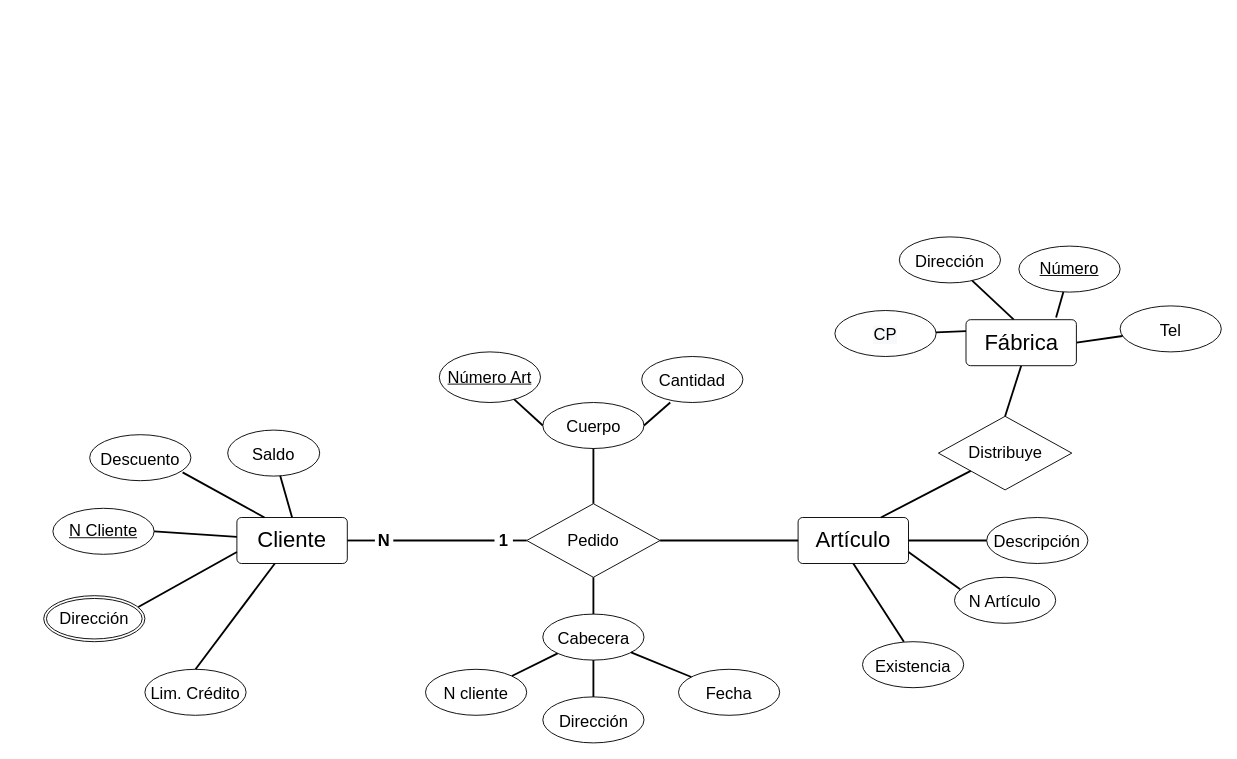
Earlier version of the draw.io diagram Ejercicio 5.drawio (LeandroCantero/BaseDeDatos-Unahur). Source tidied: cells renumbered, new cells numbered last; positions are measured from the earlier drawing's top-left corner, leaving out a move shared by most shapes. Both pictures are drawn from the tidied source at 92%, with x=0, y=0 at pixel (43, 236).
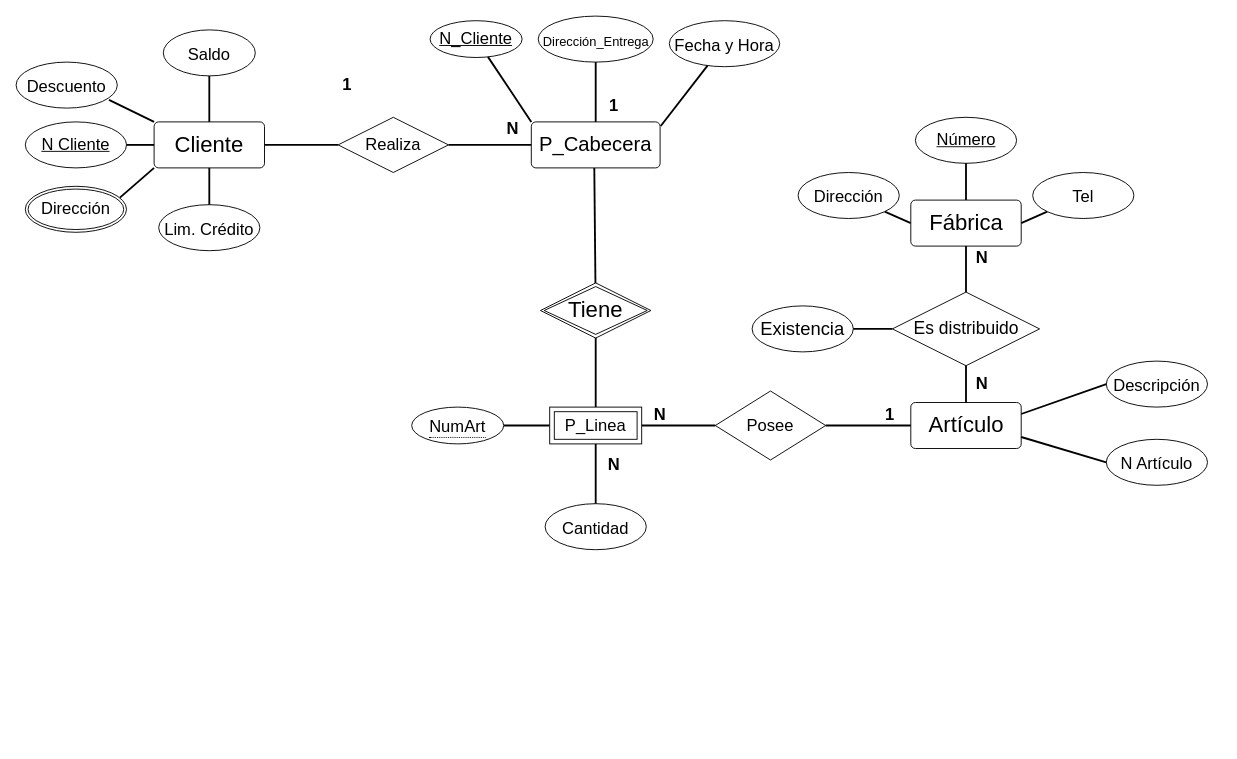
After the change.

Change to the diagram source:
```diff
@@
     <mxCell id="2" value="&lt;font style=&quot;font-size: 24px;&quot;&gt;Cliente&lt;/font&gt;" style="rounded=1;arcSize=10;whiteSpace=wrap;html=1;align=center;fontSize=18;" parent="1" vertex="1">
-      <mxGeometry x="210" y="305" width="120" height="50" as="geometry" />
+      <mxGeometry x="120" y="-125" width="120" height="50" as="geometry" />
     </mxCell>
     <mxCell id="3" value="&lt;font style=&quot;font-size: 24px;&quot;&gt;Artículo&lt;/font&gt;" style="rounded=1;arcSize=10;whiteSpace=wrap;html=1;align=center;fontSize=18;" parent="1" vertex="1">
-      <mxGeometry x="820" y="305" width="120" height="50" as="geometry" />
+      <mxGeometry x="942.5" y="180" width="120" height="50" as="geometry" />
     </mxCell>
     <mxCell id="4" value="&lt;span style=&quot;font-size: 18px;&quot;&gt;Saldo&lt;/span&gt;" style="ellipse;whiteSpace=wrap;html=1;align=center;fontSize=24;" parent="1" vertex="1">
-      <mxGeometry x="200" y="210" width="100" height="50" as="geometry" />
+      <mxGeometry x="130" y="-225" width="100" height="50" as="geometry" />
     </mxCell>
     <mxCell id="5" value="&lt;span style=&quot;font-size: 18px;&quot;&gt;Lim. Crédito&lt;/span&gt;" style="ellipse;whiteSpace=wrap;html=1;align=center;fontSize=24;" parent="1" vertex="1">
-      <mxGeometry x="110" y="470" width="110" height="50" as="geometry" />
+      <mxGeometry x="125" y="-35" width="110" height="50" as="geometry" />
     </mxCell>
     <mxCell id="6" value="&lt;span style=&quot;font-size: 18px;&quot;&gt;Descuento&lt;/span&gt;" style="ellipse;whiteSpace=wrap;html=1;align=center;fontSize=24;" parent="1" vertex="1">
-      <mxGeometry x="50" y="215" width="110" height="50" as="geometry" />
+      <mxGeometry x="-30" y="-190" width="110" height="50" as="geometry" />
     </mxCell>
-    <mxCell id="7" value="&lt;span style=&quot;font-size: 18px;&quot;&gt;Cuerpo&lt;/span&gt;" style="ellipse;whiteSpace=wrap;html=1;align=center;fontSize=24;" parent="1" vertex="1">
-      <mxGeometry x="542.5" y="180" width="110" height="50" as="geometry" />
-    </mxCell>
-    <mxCell id="8" value="&lt;span style=&quot;font-size: 18px;&quot;&gt;Cabecera&lt;/span&gt;" style="ellipse;whiteSpace=wrap;html=1;align=center;fontSize=24;" parent="1" vertex="1">
-      <mxGeometry x="542.5" y="410" width="110" height="50" as="geometry" />
-    </mxCell>
     <mxCell id="9" value="&lt;span style=&quot;font-size: 18px;&quot;&gt;Cantidad&lt;/span&gt;" style="ellipse;whiteSpace=wrap;html=1;align=center;fontSize=24;" parent="1" vertex="1">
-      <mxGeometry x="650" y="130" width="110" height="50" as="geometry" />
+      <mxGeometry x="545" y="290" width="110" height="50" as="geometry" />
     </mxCell>
-    <mxCell id="10" value="&lt;span style=&quot;font-size: 18px;&quot;&gt;N cliente&lt;/span&gt;" style="ellipse;whiteSpace=wrap;html=1;align=center;fontSize=24;" parent="1" vertex="1">
-      <mxGeometry x="415" y="470" width="110" height="50" as="geometry" />
-    </mxCell>
-    <mxCell id="11" value="&lt;span style=&quot;font-size: 18px;&quot;&gt;Dirección&lt;/span&gt;" style="ellipse;whiteSpace=wrap;html=1;align=center;fontSize=24;" parent="1" vertex="1">
-      <mxGeometry x="542.5" y="500" width="110" height="50" as="geometry" />
+    <mxCell id="11" value="&lt;font style=&quot;font-size: 14px;&quot;&gt;Dirección_Entrega&lt;/font&gt;" style="ellipse;whiteSpace=wrap;html=1;align=center;fontSize=24;" parent="1" vertex="1">
+      <mxGeometry x="537.5" y="-240" width="125" height="50" as="geometry" />
     </mxCell>
-    <mxCell id="12" value="&lt;span style=&quot;font-size: 18px;&quot;&gt;Fecha&lt;/span&gt;" style="ellipse;whiteSpace=wrap;html=1;align=center;fontSize=24;" parent="1" vertex="1">
-      <mxGeometry x="690" y="470" width="110" height="50" as="geometry" />
+    <mxCell id="12" value="&lt;span style=&quot;font-size: 18px;&quot;&gt;Fecha y Hora&lt;/span&gt;" style="ellipse;whiteSpace=wrap;html=1;align=center;fontSize=24;" parent="1" vertex="1">
+      <mxGeometry x="680" y="-235" width="120" height="50" as="geometry" />
     </mxCell>
     <mxCell id="13" value="&lt;span style=&quot;font-size: 18px;&quot;&gt;Descripción&lt;/span&gt;" style="ellipse;whiteSpace=wrap;html=1;align=center;fontSize=24;" parent="1" vertex="1">
-      <mxGeometry x="1025" y="305" width="110" height="50" as="geometry" />
+      <mxGeometry x="1155" y="135" width="110" height="50" as="geometry" />
     </mxCell>
     <mxCell id="14" value="&lt;span style=&quot;font-size: 18px;&quot;&gt;N Artículo&lt;/span&gt;" style="ellipse;whiteSpace=wrap;html=1;align=center;fontSize=24;" parent="1" vertex="1">
-      <mxGeometry x="990" y="370" width="110" height="50" as="geometry" />
+      <mxGeometry x="1155" y="220" width="110" height="50" as="geometry" />
     </mxCell>
     <mxCell id="15" value="&lt;span style=&quot;font-size: 18px;&quot;&gt;Dirección&lt;/span&gt;" style="ellipse;whiteSpace=wrap;html=1;align=center;fontSize=24;" parent="1" vertex="1">
-      <mxGeometry x="930" width="110" height="50" as="geometry" />
+      <mxGeometry x="820" y="-70" width="110" height="50" as="geometry" />
     </mxCell>
     <mxCell id="16" value="&lt;span style=&quot;font-size: 18px;&quot;&gt;Tel&lt;/span&gt;" style="ellipse;whiteSpace=wrap;html=1;align=center;fontSize=24;" parent="1" vertex="1">
-      <mxGeometry x="1170" y="75" width="110" height="50" as="geometry" />
+      <mxGeometry x="1075" y="-70" width="110" height="50" as="geometry" />
     </mxCell>
-    <mxCell id="17" value="&lt;span style=&quot;color: rgb(0, 0, 0); font-family: Helvetica; font-size: 18px; font-style: normal; font-variant-ligatures: normal; font-variant-caps: normal; font-weight: 400; letter-spacing: normal; orphans: 2; text-align: center; text-indent: 0px; text-transform: none; widows: 2; word-spacing: 0px; -webkit-text-stroke-width: 0px; background-color: rgb(248, 249, 250); text-decoration-thickness: initial; text-decoration-style: initial; text-decoration-color: initial; float: none; display: inline !important;&quot;&gt;CP&lt;/span&gt;" style="ellipse;whiteSpace=wrap;html=1;align=center;fontSize=24;" parent="1" vertex="1">
-      <mxGeometry x="860" y="80" width="110" height="50" as="geometry" />
-    </mxCell>
-    <mxCell id="18" value="&lt;span style=&quot;font-size: 18px;&quot;&gt;Existencia&lt;/span&gt;" style="ellipse;whiteSpace=wrap;html=1;align=center;fontSize=24;" parent="1" vertex="1">
-      <mxGeometry x="890" y="440" width="110" height="50" as="geometry" />
-    </mxCell>
-    <mxCell id="19" value="Número Art" style="ellipse;whiteSpace=wrap;html=1;align=center;fontStyle=4;fontSize=18;" parent="1" vertex="1">
-      <mxGeometry x="430" y="125" width="110" height="55" as="geometry" />
-    </mxCell>
     <mxCell id="20" value="N Cliente" style="ellipse;whiteSpace=wrap;html=1;align=center;fontStyle=4;fontSize=18;" parent="1" vertex="1">
-      <mxGeometry x="10" y="295" width="110" height="50" as="geometry" />
+      <mxGeometry x="-20" y="-125" width="110" height="50" as="geometry" />
     </mxCell>
     <mxCell id="21" value="Número" style="ellipse;whiteSpace=wrap;html=1;align=center;fontStyle=4;fontSize=18;" parent="1" vertex="1">
-      <mxGeometry x="1060" y="10" width="110" height="50" as="geometry" />
+      <mxGeometry x="947.5" y="-130" width="110" height="50" as="geometry" />
     </mxCell>
@@
-    <mxCell id="23" style="endArrow=none;html=1;rounded=0;fontSize=18;strokeWidth=2;exitX=0.935;exitY=0.245;exitDx=0;exitDy=0;entryX=0;entryY=0.75;entryDx=0;entryDy=0;exitPerimeter=0;" parent="1" edge="1" source="41" target="2">
+    <mxCell id="23" style="endArrow=none;html=1;rounded=0;fontSize=18;strokeWidth=2;exitX=0.935;exitY=0.245;exitDx=0;exitDy=0;entryX=0;entryY=1;entryDx=0;entryDy=0;exitPerimeter=0;" parent="1" edge="1" source="41" target="2">
       <mxGeometry relative="1" as="geometry" />
     </mxCell>
@@
-    <mxCell id="25" style="endArrow=none;html=1;rounded=0;fontSize=18;exitX=0.918;exitY=0.82;exitDx=0;exitDy=0;strokeWidth=2;exitPerimeter=0;entryX=0.25;entryY=0;entryDx=0;entryDy=0;" parent="1" edge="1" source="6" target="2">
+    <mxCell id="25" style="endArrow=none;html=1;rounded=0;fontSize=18;exitX=0.918;exitY=0.82;exitDx=0;exitDy=0;strokeWidth=2;exitPerimeter=0;entryX=0;entryY=0;entryDx=0;entryDy=0;" parent="1" edge="1" source="6" target="2">
       <mxGeometry relative="1" as="geometry" />
     </mxCell>
@@
-    <mxCell id="27" style="endArrow=none;html=1;rounded=0;fontSize=18;strokeWidth=2;exitX=0.5;exitY=1;exitDx=0;exitDy=0;" parent="1" edge="1" source="46" target="8">
-      <mxGeometry relative="1" as="geometry" />
+    <mxCell id="27" style="endArrow=none;html=1;rounded=0;fontSize=18;strokeWidth=2;" parent="1" edge="1" source="54">
+      <mxGeometry relative="1" as="geometry">
+        <mxPoint x="598" y="-125" as="targetPoint" />
+      </mxGeometry>
     </mxCell>
-    <mxCell id="28" style="endArrow=none;html=1;rounded=0;fontSize=18;strokeWidth=2;entryX=0;entryY=1;entryDx=0;entryDy=0;exitX=1;exitY=0;exitDx=0;exitDy=0;" parent="1" edge="1" source="10" target="8">
+    <mxCell id="28" style="endArrow=none;html=1;rounded=0;fontSize=18;strokeWidth=2;entryX=0;entryY=0;entryDx=0;entryDy=0;" parent="1" edge="1" source="59" target="53">
       <mxGeometry relative="1" as="geometry" />
     </mxCell>
-    <mxCell id="29" style="endArrow=none;html=1;rounded=0;fontSize=18;strokeWidth=2;" parent="1" edge="1" source="11" target="8">
+    <mxCell id="29" style="endArrow=none;html=1;rounded=0;fontSize=18;strokeWidth=2;entryX=0.5;entryY=0;entryDx=0;entryDy=0;" parent="1" edge="1" source="11" target="53">
       <mxGeometry relative="1" as="geometry" />
     </mxCell>
-    <mxCell id="30" style="endArrow=none;html=1;rounded=0;fontSize=18;strokeWidth=2;" parent="1" edge="1" source="12" target="8">
+    <mxCell id="30" style="endArrow=none;html=1;rounded=0;fontSize=18;strokeWidth=2;entryX=1.005;entryY=0.09;entryDx=0;entryDy=0;entryPerimeter=0;" parent="1" edge="1" source="12" target="53">
       <mxGeometry relative="1" as="geometry" />
     </mxCell>
-    <mxCell id="31" style="endArrow=none;html=1;rounded=0;fontSize=18;strokeWidth=2;entryX=0.5;entryY=1;entryDx=0;entryDy=0;exitX=0.5;exitY=0;exitDx=0;exitDy=0;" parent="1" edge="1" source="46" target="7">
+    <mxCell id="31" style="endArrow=none;html=1;rounded=0;fontSize=18;strokeWidth=2;exitX=0.5;exitY=0;exitDx=0;exitDy=0;entryX=0.5;entryY=0;entryDx=0;entryDy=0;" parent="1" edge="1" source="54" target="56">
       <mxGeometry relative="1" as="geometry" />
     </mxCell>
-    <mxCell id="32" style="endArrow=none;html=1;rounded=0;fontSize=18;strokeWidth=2;entryX=0;entryY=0.5;entryDx=0;entryDy=0;" parent="1" edge="1" source="19" target="7">
+    <mxCell id="32" style="endArrow=none;html=1;rounded=0;fontSize=18;strokeWidth=2;entryX=0;entryY=0.5;entryDx=0;entryDy=0;" parent="1" edge="1" source="55" target="56">
       <mxGeometry relative="1" as="geometry" />
     </mxCell>
-    <mxCell id="33" style="endArrow=none;html=1;rounded=0;fontSize=18;strokeWidth=2;entryX=0.282;entryY=1;entryDx=0;entryDy=0;entryPerimeter=0;exitX=1;exitY=0.5;exitDx=0;exitDy=0;" parent="1" edge="1" source="7" target="9">
+    <mxCell id="33" style="endArrow=none;html=1;rounded=0;fontSize=18;strokeWidth=2;exitX=0.5;exitY=1;exitDx=0;exitDy=0;" parent="1" edge="1" source="56" target="9">
       <mxGeometry relative="1" as="geometry" />
     </mxCell>
-    <mxCell id="34" style="endArrow=none;html=1;rounded=0;fontSize=18;strokeWidth=2;entryX=0;entryY=0.25;entryDx=0;entryDy=0;" parent="1" edge="1" source="17" target="45">
-      <mxGeometry relative="1" as="geometry" />
-    </mxCell>
-    <mxCell id="35" style="endArrow=none;html=1;rounded=0;fontSize=18;strokeWidth=2;exitX=0.433;exitY=-0.002;exitDx=0;exitDy=0;exitPerimeter=0;" parent="1" edge="1" source="45" target="15">
+    <mxCell id="35" style="endArrow=none;html=1;rounded=0;fontSize=18;strokeWidth=2;exitX=0;exitY=0.5;exitDx=0;exitDy=0;" parent="1" edge="1" source="45" target="15">
       <mxGeometry relative="1" as="geometry" />
     </mxCell>
-    <mxCell id="36" style="endArrow=none;html=1;rounded=0;fontSize=18;strokeWidth=2;exitX=0.816;exitY=-0.049;exitDx=0;exitDy=0;exitPerimeter=0;" parent="1" edge="1" source="45" target="21">
+    <mxCell id="36" style="endArrow=none;html=1;rounded=0;fontSize=18;strokeWidth=2;exitX=0.5;exitY=0;exitDx=0;exitDy=0;" parent="1" edge="1" source="45" target="21">
       <mxGeometry relative="1" as="geometry" />
     </mxCell>
@@
-    <mxCell id="38" style="endArrow=none;html=1;rounded=0;fontSize=18;strokeWidth=2;exitX=0.5;exitY=1;exitDx=0;exitDy=0;entryX=0.409;entryY=0;entryDx=0;entryDy=0;entryPerimeter=0;" parent="1" edge="1" source="3" target="18">
-      <mxGeometry relative="1" as="geometry" />
-    </mxCell>
-    <mxCell id="39" style="endArrow=none;html=1;rounded=0;fontSize=18;strokeWidth=2;entryX=0.055;entryY=0.26;entryDx=0;entryDy=0;entryPerimeter=0;exitX=1;exitY=0.75;exitDx=0;exitDy=0;" parent="1" edge="1" source="3" target="14">
+    <mxCell id="39" style="endArrow=none;html=1;rounded=0;fontSize=18;strokeWidth=2;entryX=0;entryY=0.5;entryDx=0;entryDy=0;exitX=1;exitY=0.75;exitDx=0;exitDy=0;" parent="1" edge="1" source="3" target="14">
       <mxGeometry relative="1" as="geometry" />
     </mxCell>
-    <mxCell id="40" style="endArrow=none;html=1;rounded=0;fontSize=18;strokeWidth=2;entryX=0;entryY=0.5;entryDx=0;entryDy=0;" parent="1" edge="1" source="3" target="13">
+    <mxCell id="40" style="endArrow=none;html=1;rounded=0;fontSize=18;strokeWidth=2;entryX=0;entryY=0.5;entryDx=0;entryDy=0;exitX=1;exitY=0.25;exitDx=0;exitDy=0;" parent="1" edge="1" source="3" target="13">
       <mxGeometry relative="1" as="geometry" />
     </mxCell>
     <mxCell id="41" value="Dirección" style="ellipse;shape=doubleEllipse;margin=3;whiteSpace=wrap;html=1;align=center;fontSize=18;" parent="1" vertex="1">
-      <mxGeometry y="390" width="110" height="50" as="geometry" />
+      <mxGeometry x="-20" y="-55" width="110" height="50" as="geometry" />
     </mxCell>
-    <mxCell id="42" value="Distribuye" style="shape=rhombus;perimeter=rhombusPerimeter;whiteSpace=wrap;html=1;align=center;fontSize=18;" parent="1" vertex="1">
-      <mxGeometry x="972.5" y="195" width="145" height="80" as="geometry" />
+    <mxCell id="42" value="&lt;font style=&quot;font-size: 19px;&quot;&gt;Es distribuido&lt;/font&gt;" style="shape=rhombus;perimeter=rhombusPerimeter;whiteSpace=wrap;html=1;align=center;fontSize=18;" parent="1" vertex="1">
+      <mxGeometry x="922.5" y="60" width="160" height="80" as="geometry" />
     </mxCell>
@@
-    <mxCell id="44" style="endArrow=none;html=1;rounded=0;fontSize=18;strokeWidth=2;exitX=0.75;exitY=0;exitDx=0;exitDy=0;" parent="1" edge="1" source="3" target="42">
+    <mxCell id="44" style="endArrow=none;html=1;rounded=0;fontSize=18;strokeWidth=2;exitX=0.5;exitY=0;exitDx=0;exitDy=0;entryX=0.5;entryY=1;entryDx=0;entryDy=0;" parent="1" edge="1" source="3" target="42">
       <mxGeometry relative="1" as="geometry" />
     </mxCell>
     <mxCell id="45" value="&lt;font style=&quot;font-size: 24px;&quot;&gt;Fábrica&lt;/font&gt;" style="rounded=1;arcSize=10;whiteSpace=wrap;html=1;align=center;fontSize=18;" parent="1" vertex="1">
-      <mxGeometry x="1002.5" y="90" width="120" height="50" as="geometry" />
+      <mxGeometry x="942.5" y="-40" width="120" height="50" as="geometry" />
     </mxCell>
-    <mxCell id="46" value="Pedido" style="shape=rhombus;perimeter=rhombusPerimeter;whiteSpace=wrap;html=1;align=center;fontSize=18;" parent="1" vertex="1">
-      <mxGeometry x="525" y="290" width="145" height="80" as="geometry" />
-    </mxCell>
-    <mxCell id="47" style="endArrow=none;html=1;rounded=0;fontSize=18;strokeWidth=2;exitX=1;exitY=0.5;exitDx=0;exitDy=0;entryX=0;entryY=0.5;entryDx=0;entryDy=0;startArrow=none;" parent="1" edge="1" source="51" target="46">
-      <mxGeometry relative="1" as="geometry" />
-    </mxCell>
-    <mxCell id="48" style="endArrow=none;html=1;rounded=0;fontSize=18;strokeWidth=2;exitX=1;exitY=0.5;exitDx=0;exitDy=0;entryX=0;entryY=0.5;entryDx=0;entryDy=0;" parent="1" edge="1" source="46" target="3">
-      <mxGeometry relative="1" as="geometry" />
-    </mxCell>
     <mxCell id="49" value="&lt;b&gt;N&lt;/b&gt;" style="text;html=1;strokeColor=none;fillColor=none;align=center;verticalAlign=middle;whiteSpace=wrap;rounded=0;fontSize=18;" parent="1" vertex="1">
-      <mxGeometry x="360" y="317.5" width="20" height="25" as="geometry" />
+      <mxGeometry x="500" y="-130" width="20" height="25" as="geometry" />
     </mxCell>
-    <mxCell id="50" style="endArrow=none;html=1;rounded=0;fontSize=18;strokeWidth=2;exitX=1;exitY=0.5;exitDx=0;exitDy=0;entryX=0;entryY=0.5;entryDx=0;entryDy=0;" parent="1" edge="1" source="2" target="49">
+    <mxCell id="50" style="endArrow=none;html=1;rounded=0;fontSize=18;strokeWidth=2;exitX=1;exitY=0.5;exitDx=0;exitDy=0;entryX=0;entryY=0.5;entryDx=0;entryDy=0;" parent="1" edge="1" source="2" target="57">
       <mxGeometry relative="1" as="geometry" />
     </mxCell>
     <mxCell id="51" value="&lt;b&gt;1&lt;/b&gt;" style="text;html=1;strokeColor=none;fillColor=none;align=center;verticalAlign=middle;whiteSpace=wrap;rounded=0;fontSize=18;" parent="1" vertex="1">
-      <mxGeometry x="490" y="317.5" width="20" height="25" as="geometry" />
+      <mxGeometry x="320" y="-177.5" width="20" height="25" as="geometry" />
     </mxCell>
-    <mxCell id="52" style="endArrow=none;html=1;rounded=0;fontSize=18;strokeWidth=2;exitX=1;exitY=0.5;exitDx=0;exitDy=0;entryX=0;entryY=0.5;entryDx=0;entryDy=0;startArrow=none;" parent="1" edge="1" source="49" target="51">
-      <mxGeometry relative="1" as="geometry" />
-    </mxCell>
+    <mxCell id="53" value="&lt;font style=&quot;font-size: 22px;&quot;&gt;P_Cabecera&lt;/font&gt;" style="rounded=1;arcSize=10;whiteSpace=wrap;html=1;align=center;fontSize=18;" parent="1" vertex="1">
+      <mxGeometry x="530" y="-125" width="140" height="50" as="geometry" />
+    </mxCell>
+    <mxCell id="54" value="&lt;font style=&quot;font-size: 24px;&quot;&gt;Tiene&lt;/font&gt;" style="shape=rhombus;double=1;perimeter=rhombusPerimeter;whiteSpace=wrap;html=1;align=center;" parent="1" vertex="1">
+      <mxGeometry x="540" y="50" width="120" height="60" as="geometry" />
+    </mxCell>
+    <mxCell id="55" value="&lt;span style=&quot;border-bottom: 1px dotted&quot;&gt;&lt;font style=&quot;font-size: 18px;&quot;&gt;NumArt&lt;/font&gt;&lt;/span&gt;" style="ellipse;whiteSpace=wrap;html=1;align=center;fontSize=24;" parent="1" vertex="1">
+      <mxGeometry x="400" y="185" width="100" height="40" as="geometry" />
+    </mxCell>
+    <mxCell id="56" value="P_Linea" style="shape=ext;margin=3;double=1;whiteSpace=wrap;html=1;align=center;fontSize=18;" parent="1" vertex="1">
+      <mxGeometry x="550" y="185" width="100" height="40" as="geometry" />
+    </mxCell>
+    <mxCell id="57" value="Realiza" style="shape=rhombus;perimeter=rhombusPerimeter;whiteSpace=wrap;html=1;align=center;fontSize=18;" parent="1" vertex="1">
+      <mxGeometry x="320" y="-130" width="120" height="60" as="geometry" />
+    </mxCell>
+    <mxCell id="58" style="endArrow=none;html=1;rounded=0;fontSize=18;strokeWidth=2;exitX=1;exitY=0.5;exitDx=0;exitDy=0;entryX=0;entryY=0.5;entryDx=0;entryDy=0;" parent="1" edge="1" source="57" target="53">
+      <mxGeometry relative="1" as="geometry" />
+    </mxCell>
+    <mxCell id="59" value="N_Cliente" style="ellipse;whiteSpace=wrap;html=1;align=center;fontStyle=4;fontSize=18;" parent="1" vertex="1">
+      <mxGeometry x="420" y="-235" width="100" height="40" as="geometry" />
+    </mxCell>
+    <mxCell id="60" value="&lt;b&gt;1&lt;/b&gt;" style="text;html=1;strokeColor=none;fillColor=none;align=center;verticalAlign=middle;whiteSpace=wrap;rounded=0;fontSize=18;" parent="1" vertex="1">
+      <mxGeometry x="610" y="-155" width="20" height="25" as="geometry" />
+    </mxCell>
+    <mxCell id="61" value="&lt;b&gt;N&lt;/b&gt;" style="text;html=1;strokeColor=none;fillColor=none;align=center;verticalAlign=middle;whiteSpace=wrap;rounded=0;fontSize=18;" parent="1" vertex="1">
+      <mxGeometry x="610" y="235" width="20" height="25" as="geometry" />
+    </mxCell>
+    <mxCell id="62" value="Posee" style="shape=rhombus;perimeter=rhombusPerimeter;whiteSpace=wrap;html=1;align=center;fontSize=18;" parent="1" vertex="1">
+      <mxGeometry x="730" y="167.5" width="120" height="75" as="geometry" />
+    </mxCell>
+    <mxCell id="63" style="endArrow=none;html=1;rounded=0;fontSize=18;strokeWidth=2;exitX=0;exitY=0.5;exitDx=0;exitDy=0;entryX=1;entryY=0.5;entryDx=0;entryDy=0;" parent="1" edge="1" source="62" target="56">
+      <mxGeometry relative="1" as="geometry" />
+    </mxCell>
+    <mxCell id="64" style="endArrow=none;html=1;rounded=0;fontSize=18;strokeWidth=2;entryX=1;entryY=0.5;entryDx=0;entryDy=0;exitX=0;exitY=0.5;exitDx=0;exitDy=0;" parent="1" edge="1" source="3" target="62">
+      <mxGeometry relative="1" as="geometry" />
+    </mxCell>
+    <mxCell id="65" value="&lt;b&gt;N&lt;/b&gt;" style="text;html=1;strokeColor=none;fillColor=none;align=center;verticalAlign=middle;whiteSpace=wrap;rounded=0;fontSize=18;" parent="1" vertex="1">
+      <mxGeometry x="660" y="180" width="20" height="25" as="geometry" />
+    </mxCell>
+    <mxCell id="66" value="&lt;b&gt;1&lt;/b&gt;" style="text;html=1;strokeColor=none;fillColor=none;align=center;verticalAlign=middle;whiteSpace=wrap;rounded=0;fontSize=18;" parent="1" vertex="1">
+      <mxGeometry x="910" y="180" width="20" height="25" as="geometry" />
+    </mxCell>
+    <mxCell id="67" value="&lt;b&gt;N&lt;/b&gt;" style="text;html=1;strokeColor=none;fillColor=none;align=center;verticalAlign=middle;whiteSpace=wrap;rounded=0;fontSize=18;" parent="1" vertex="1">
+      <mxGeometry x="1010" y="10" width="20" height="25" as="geometry" />
+    </mxCell>
+    <mxCell id="68" value="&lt;b&gt;N&lt;/b&gt;" style="text;html=1;strokeColor=none;fillColor=none;align=center;verticalAlign=middle;whiteSpace=wrap;rounded=0;fontSize=18;" parent="1" vertex="1">
+      <mxGeometry x="1010" y="147.5" width="20" height="25" as="geometry" />
+    </mxCell>
+    <mxCell id="18" value="&lt;font style=&quot;font-size: 20px;&quot;&gt;Existencia&lt;/font&gt;" style="ellipse;whiteSpace=wrap;html=1;align=center;fontSize=19;" parent="1" vertex="1">
+      <mxGeometry x="770" y="75" width="110" height="50" as="geometry" />
+    </mxCell>
+    <mxCell id="69" style="endArrow=none;html=1;rounded=0;fontSize=20;entryX=0;entryY=0.5;entryDx=0;entryDy=0;strokeWidth=2;" parent="1" edge="1" source="18" target="42">
+      <mxGeometry relative="1" as="geometry" />
+    </mxCell>
```
